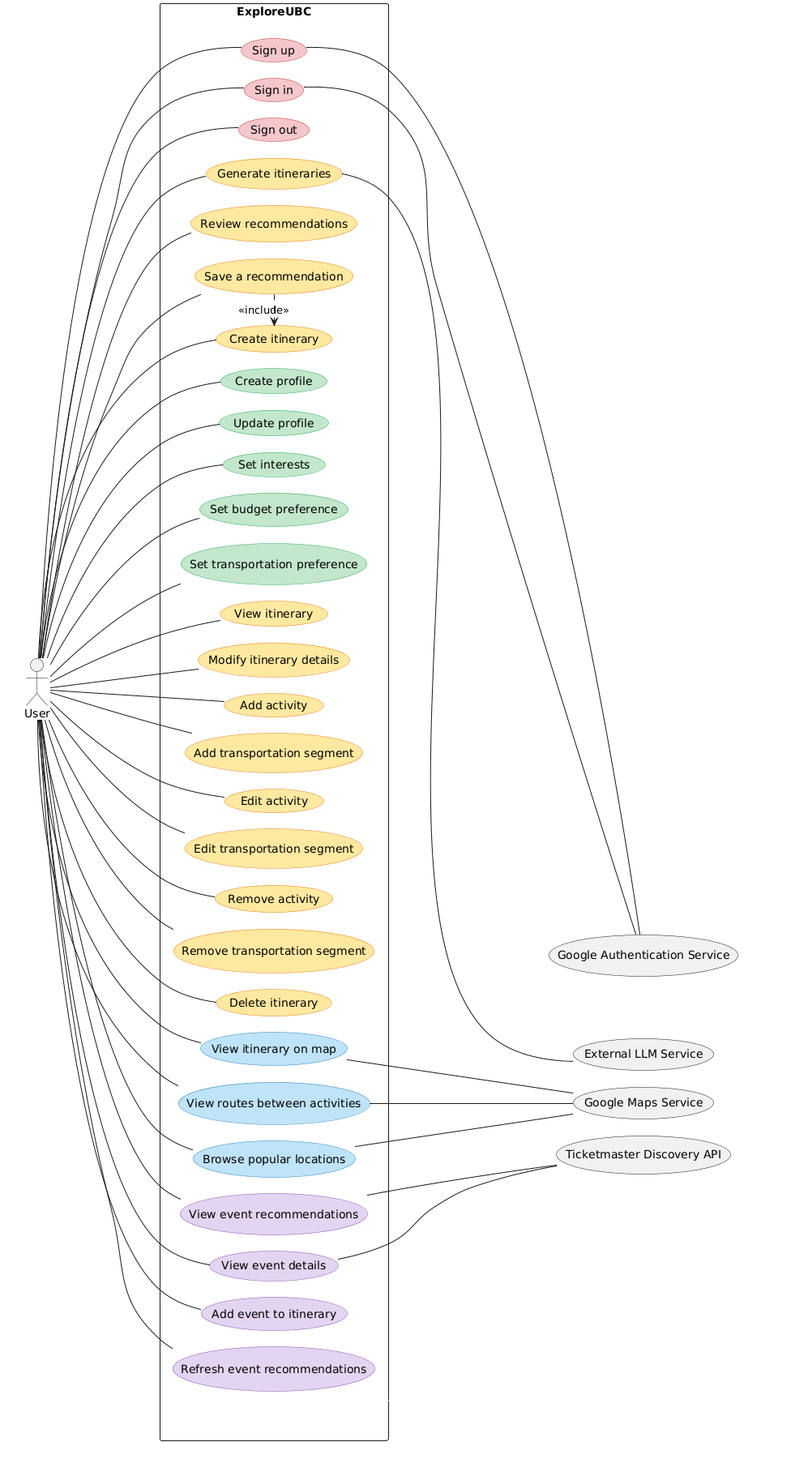
This is documentation/images/Usecase_diagram_recreated.png from islamhampriv/ExploreUBC, a PlantUML export, as it was before one commit.
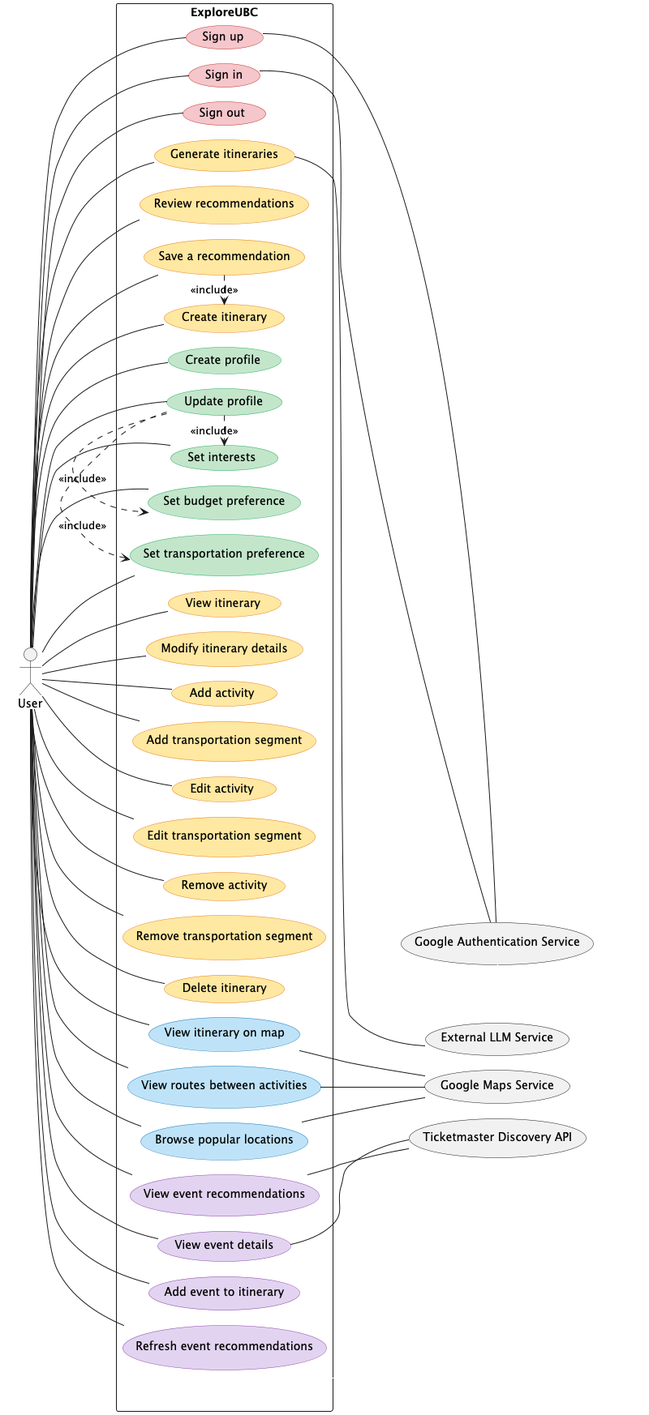
Later version of the same file.

Diff of the diagram source:
```diff
@@ -1,4 +1,4 @@
-@startuml Usecase_diagram_user
+@startuml Usecase_diagram_recreated
 !pragma layout smetana
 left to right direction
 skinparam packageStyle rectangle
@@ -106,6 +106,9 @@
 
 Traveller -- UC14
 UC9 <.left. UC20 : <<include>>
+UC27 .> UC6 : <<include>>
+UC27 .> UC7 : <<include>>
+UC27 .> UC8 : <<include>>
 SystemBox -[#FFFFFF]right-> ExternalBox
 
 UC1 -[norank]- ExtAuth
```
